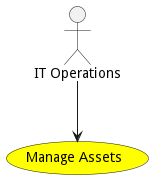
The PlantUML diagram docs/edgemere/sml/sr/usecases/manageassets/Activities.png in madajaju/edgemere, before a commit. Source of this version:
```plantuml
@startuml


usecase "Manage Assets" as ManageAssets #yellow

Actor "IT Operations" as ITOperations

ITOperations --> ManageAssets











@enduml
```
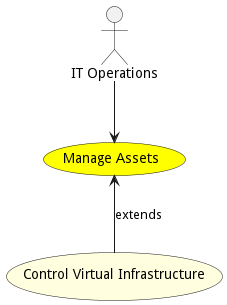
After the commit.

The edit, as a diff of the source:
```diff
@@ -11,6 +11,10 @@
 
 
 
+usecase "Control Virtual Infrastructure" as ControlVirtualInfrastructure #lightyellow
+
+ManageAssets <-- ControlVirtualInfrastructure : extends
+
 
 
 
```
